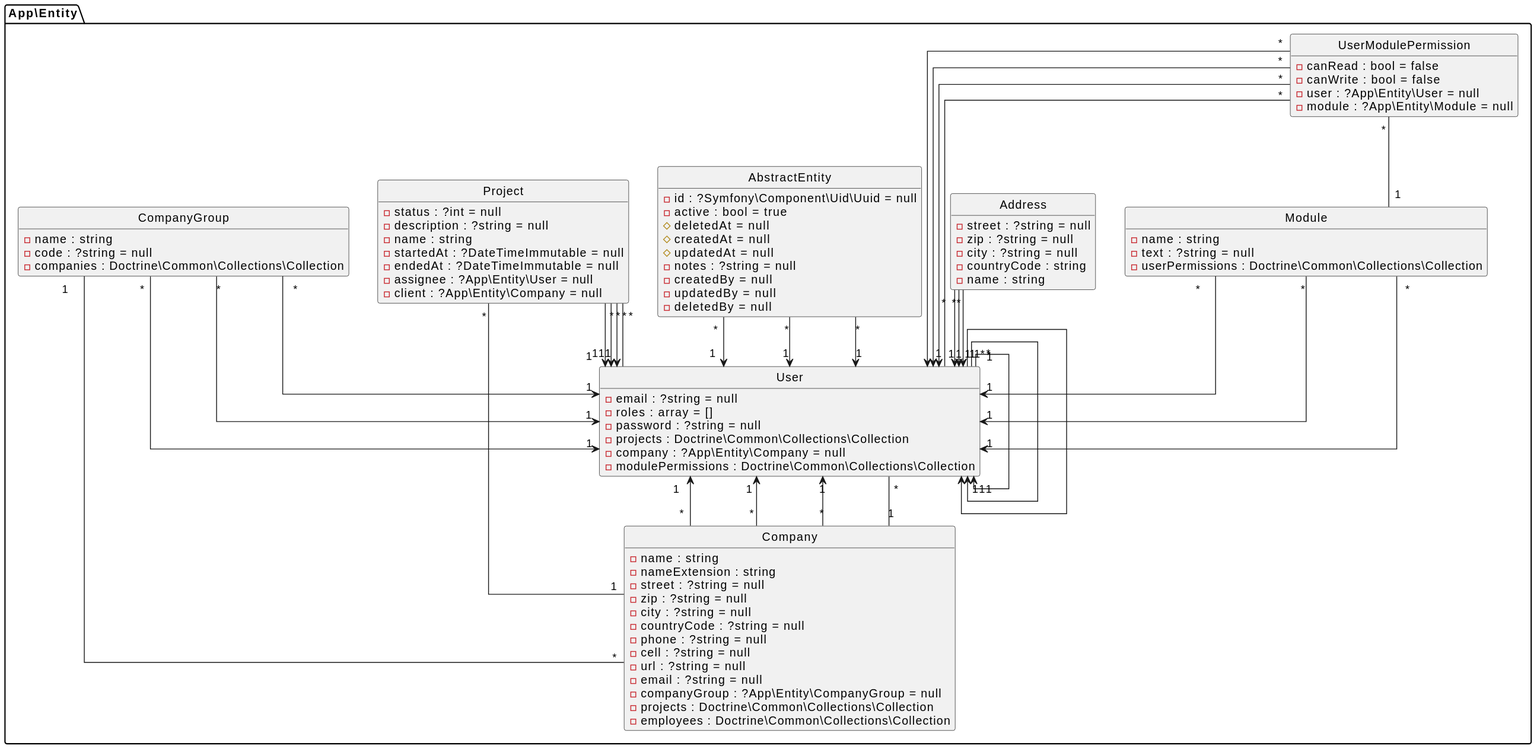
The PlantUML diagram assets/docs/diagram-class.svg in cschorr/symfony-core-bundle, before a commit.
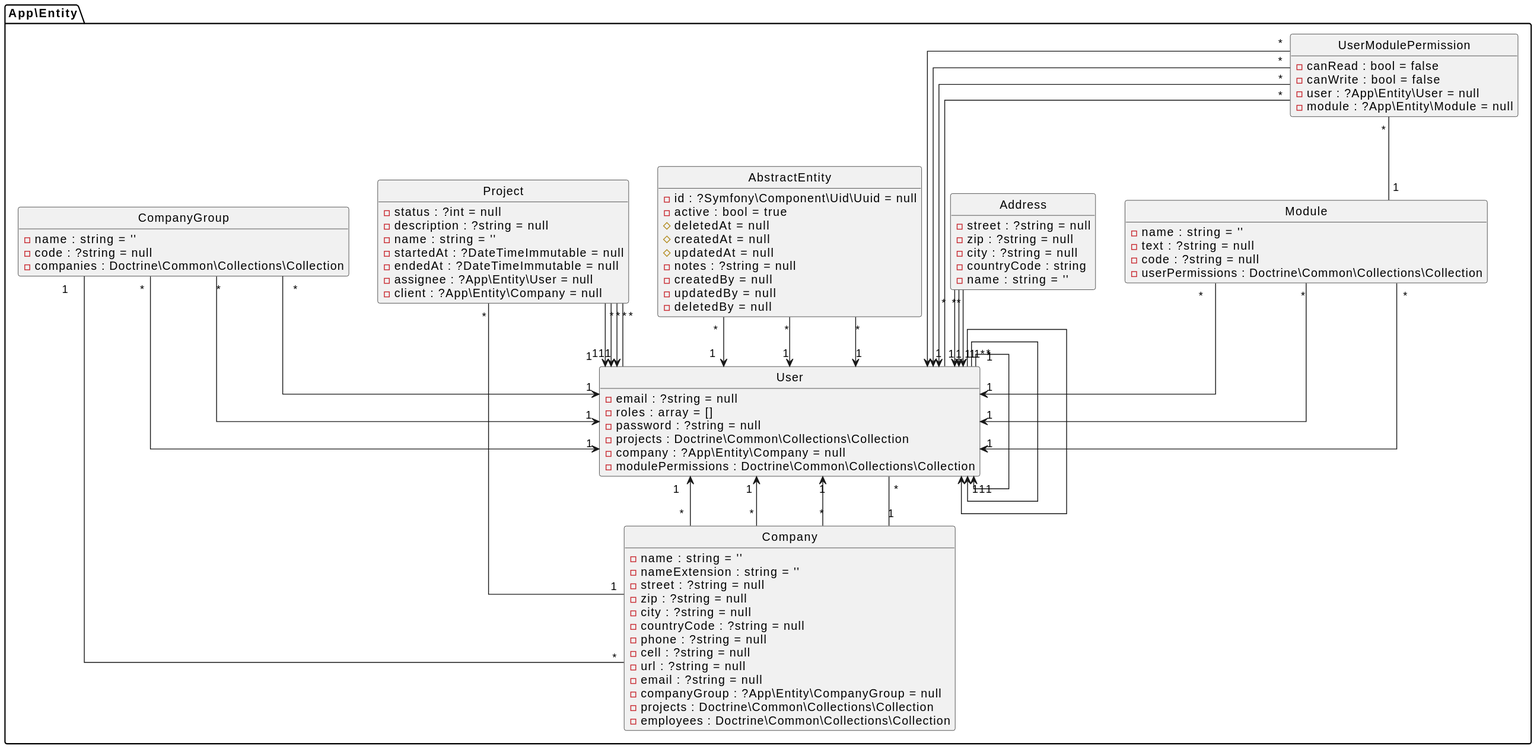
The same file after the commit.

What changed in the source:
```diff
@@ -7,7 +7,7 @@
 hide empty members
 !theme _none_
 class App\Entity\CompanyGroup {
-- name : string
+- name : string = ''
 - code : ?string = null
 - companies : Doctrine\Common\Collections\Collection
 }
@@ -23,8 +23,8 @@
 - deletedBy = null
 }
 class App\Entity\Company {
-- name : string
-- nameExtension : string
+- name : string = ''
+- nameExtension : string = ''
 - street : ?string = null
 - zip : ?string = null
 - city : ?string = null
@@ -38,14 +38,15 @@
 - employees : Doctrine\Common\Collections\Collection
 }
 class App\Entity\Module {
-- name : string
+- name : string = ''
 - text : ?string = null
+- code : ?string = null
 - userPermissions : Doctrine\Common\Collections\Collection
 }
 class App\Entity\Project {
 - status : ?int = null
 - description : ?string = null
-- name : string
+- name : string = ''
 - startedAt : ?DateTimeImmutable = null
 - endedAt : ?DateTimeImmutable = null
 - assignee : ?App\Entity\User = null
@@ -64,7 +65,7 @@
 - zip : ?string = null
 - city : ?string = null
 - countryCode : string
-- name : string
+- name : string = ''
 }
 class App\Entity\UserModulePermission {
 - canRead : bool = false
```
